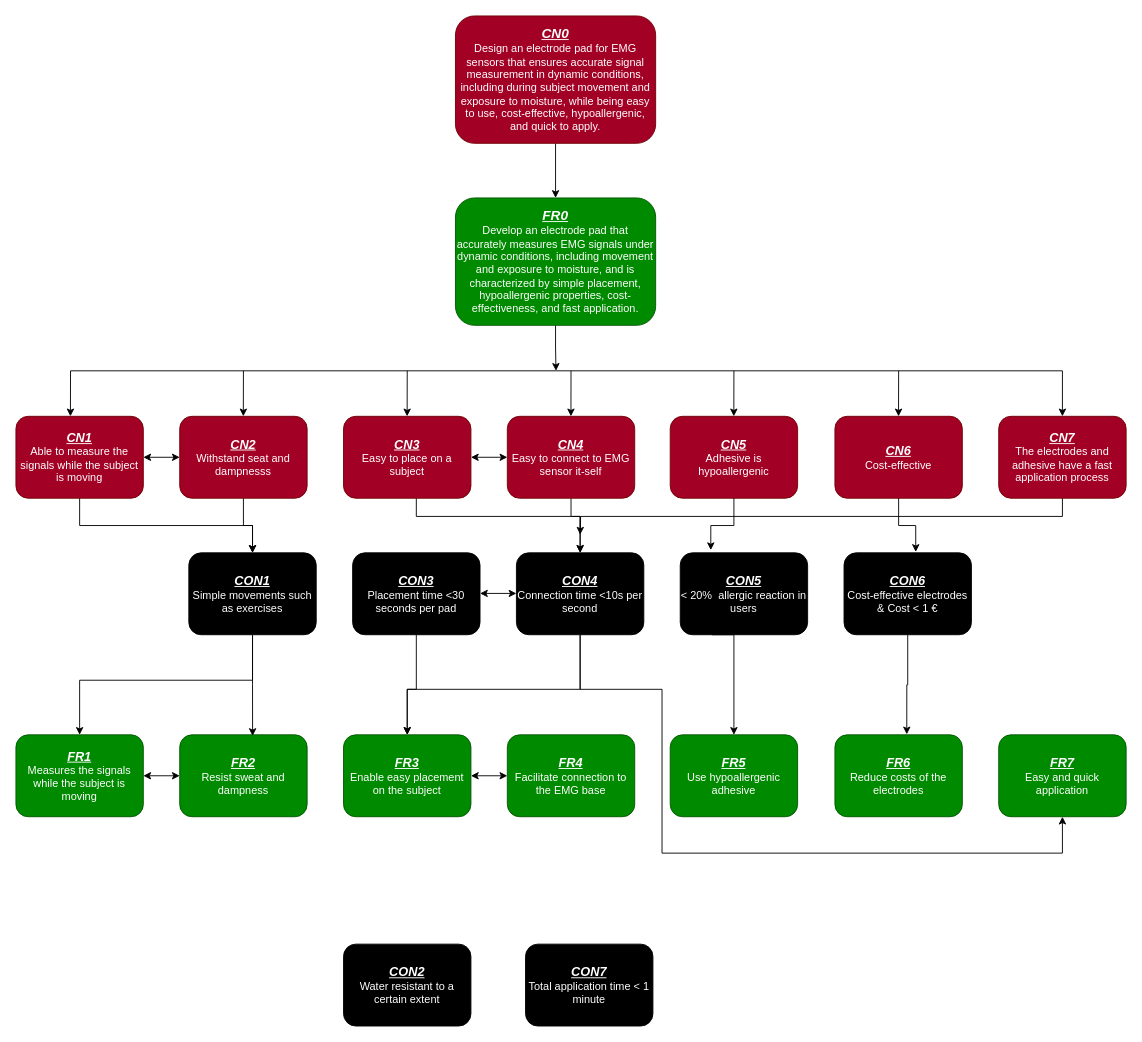
This is Untitled Diagram.drawio from asdismilla/FlowChart, a draw.io file, before an edit. Source tidied: cells renumbered, new cells numbered last; positions are measured from the earlier drawing's top-left corner, leaving out a move shared by most shapes. Both pictures are drawn from the tidied source at 91%, with x=0, y=0 at pixel (15, 15).
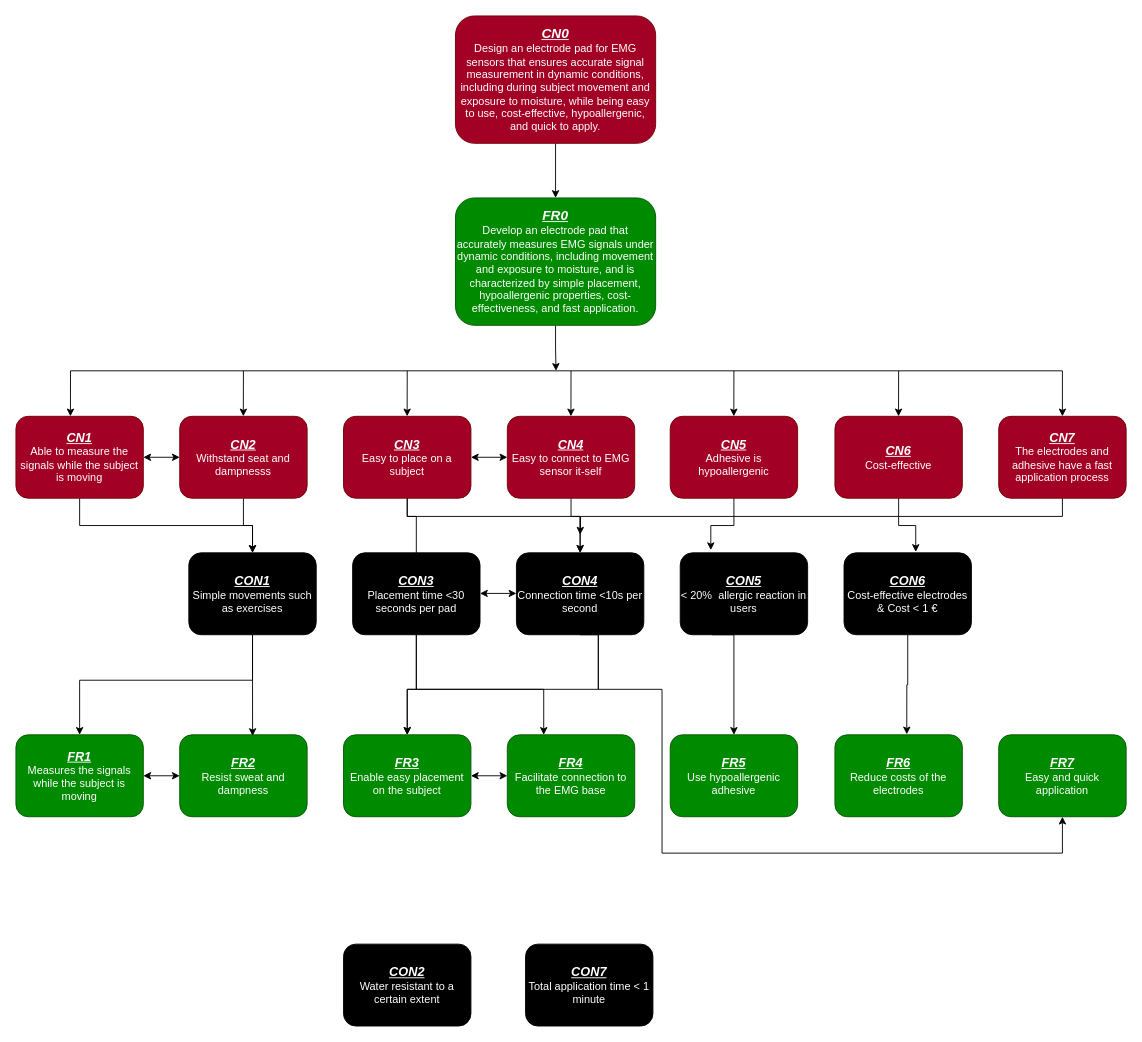
The same diagram, later.

Commit message:
CON3 and CON4 connections re-arrange

Unchanged cells that the change refers to:
```xml
<mxCell id="8" value="&lt;b&gt;&lt;u&gt;&lt;i&gt;&lt;font style=&quot;font-size: 14px;&quot;&gt;FR3&lt;/font&gt;&lt;/i&gt;&lt;/u&gt;&lt;/b&gt;&lt;br&gt;Enable easy placement on the subject" style="rounded=1;whiteSpace=wrap;html=1;fontSize=12;glass=0;strokeWidth=1;shadow=0;fillColor=#008a00;strokeColor=#005700;fontColor=#ffffff;" parent="1" vertex="1">
  <mxGeometry x="360" y="790" width="140" height="90" as="geometry" />
</mxCell>
<mxCell id="9" value="&lt;b&gt;&lt;u&gt;&lt;i&gt;&lt;font style=&quot;font-size: 14px;&quot;&gt;FR4&lt;/font&gt;&lt;/i&gt;&lt;/u&gt;&lt;/b&gt;&lt;br&gt;Facilitate connection to the EMG base" style="rounded=1;whiteSpace=wrap;html=1;fontSize=12;glass=0;strokeWidth=1;shadow=0;fillColor=#008a00;strokeColor=#005700;fontColor=#ffffff;" parent="1" vertex="1">
  <mxGeometry x="540" y="790" width="140" height="90" as="geometry" />
</mxCell>
<mxCell id="12" value="&lt;b&gt;&lt;u&gt;&lt;i&gt;&lt;font style=&quot;font-size: 14px;&quot;&gt;FR7&lt;/font&gt;&lt;/i&gt;&lt;/u&gt;&lt;/b&gt;&lt;br&gt;Easy and quick application" style="rounded=1;whiteSpace=wrap;html=1;fontSize=12;glass=0;strokeWidth=1;shadow=0;fillColor=#008a00;strokeColor=#005700;fontColor=#ffffff;" parent="1" vertex="1">
  <mxGeometry x="1080" y="790" width="140" height="90" as="geometry" />
</mxCell>
<mxCell id="18" value="&lt;b&gt;&lt;u&gt;&lt;i&gt;&lt;font style=&quot;font-size: 14px;&quot;&gt;CN3&lt;/font&gt;&lt;/i&gt;&lt;/u&gt;&lt;/b&gt;&lt;br&gt;Easy to place on a subject" style="rounded=1;whiteSpace=wrap;html=1;fontSize=12;glass=0;strokeWidth=1;shadow=0;fillColor=#a20025;fontColor=#ffffff;strokeColor=#6F0000;" parent="1" vertex="1">
  <mxGeometry x="360" y="440" width="140" height="90" as="geometry" />
</mxCell>
<mxCell id="38" value="&lt;b&gt;&lt;u&gt;&lt;i&gt;&lt;font style=&quot;font-size: 14px;&quot;&gt;CON3&lt;/font&gt;&lt;/i&gt;&lt;/u&gt;&lt;/b&gt;&lt;br&gt;Placement time &amp;lt;30 seconds per pad" style="rounded=1;whiteSpace=wrap;html=1;fontSize=12;glass=0;strokeWidth=1;shadow=0;fillColor=#000000;fontColor=#FFFFFF;" parent="1" vertex="1">
  <mxGeometry x="370" y="590" width="140" height="90" as="geometry" />
</mxCell>
<mxCell id="41" value="&lt;span style=&quot;font-size: 14px;&quot;&gt;&lt;b&gt;&lt;i&gt;&lt;u&gt;CON4&lt;br&gt;&lt;/u&gt;&lt;/i&gt;&lt;/b&gt;&lt;/span&gt;Connection time &amp;lt;10s per second" style="rounded=1;whiteSpace=wrap;html=1;fontSize=12;glass=0;strokeWidth=1;shadow=0;fillColor=#000000;fontColor=#FFFFFF;" parent="1" vertex="1">
  <mxGeometry x="550" y="590" width="140" height="90" as="geometry" />
</mxCell>
```

The edit, as a diff of the source:
```diff
@@
     <mxCell id="17" style="edgeStyle=orthogonalEdgeStyle;rounded=0;jettySize=auto;html=1;entryX=0.5;entryY=0;entryDx=0;entryDy=0;" parent="1" edge="1" source="18" target="41">
       <mxGeometry relative="1" as="geometry">
         <Array as="points">
-          <mxPoint x="440" y="550" />
+          <mxPoint x="430" y="550" />
           <mxPoint x="620" y="550" />
         </Array>
       </mxGeometry>
     </mxCell>
@@
+    <mxCell id="54" style="edgeStyle=orthogonalEdgeStyle;rounded=0;jettySize=auto;html=1;" parent="1" edge="1" source="38" target="9">
+      <mxGeometry relative="1" as="geometry">
+        <Array as="points">
+          <mxPoint x="440" y="740" />
+          <mxPoint x="580" y="740" />
+        </Array>
+      </mxGeometry>
+    </mxCell>
@@
     <mxCell id="39" style="edgeStyle=orthogonalEdgeStyle;rounded=0;jettySize=auto;html=1;exitX=0.5;exitY=1;exitDx=0;exitDy=0;entryX=0.5;entryY=0;entryDx=0;entryDy=0;" parent="1" edge="1" source="41" target="8">
       <mxGeometry relative="1" as="geometry">
         <Array as="points">
-          <mxPoint x="620" y="740" />
+          <mxPoint x="640" y="680" />
+          <mxPoint x="640" y="740" />
           <mxPoint x="430" y="740" />
         </Array>
       </mxGeometry>
     </mxCell>
     <mxCell id="40" style="edgeStyle=orthogonalEdgeStyle;rounded=0;jettySize=auto;html=1;entryX=0.5;entryY=1;entryDx=0;entryDy=0;" parent="1" edge="1" source="41" target="12">
       <mxGeometry relative="1" as="geometry">
         <Array as="points">
-          <mxPoint x="620" y="740" />
+          <mxPoint x="640" y="740" />
           <mxPoint x="710" y="740" />
           <mxPoint x="710" y="920" />
           <mxPoint x="1150" y="920" />
         </Array>
       </mxGeometry>
     </mxCell>
@@
+    <mxCell id="55" style="edgeStyle=orthogonalEdgeStyle;rounded=0;jettySize=auto;html=1;entryX=0.5;entryY=0.111;entryDx=0;entryDy=0;entryPerimeter=0;" parent="1" edge="1" source="18" target="38">
+      <mxGeometry relative="1" as="geometry">
+        <Array as="points">
+          <mxPoint x="430" y="550" />
+          <mxPoint x="440" y="550" />
+        </Array>
+      </mxGeometry>
+    </mxCell>
```
